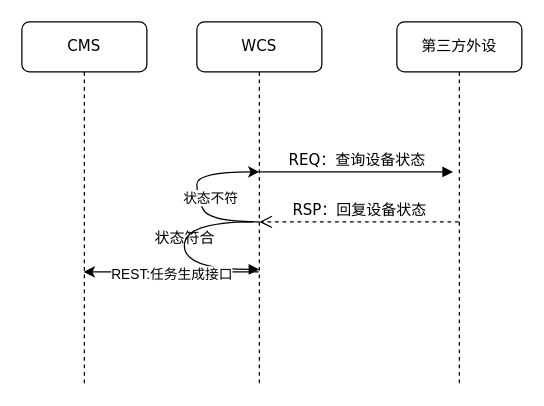
Before: data/未命名绘图.drawio in chenyanxi/hosts, a draw.io diagram. Source tidied: cells renumbered, new cells numbered last; positions are measured from the earlier drawing's top-left corner, leaving out a move shared by most shapes. Both pictures are drawn from the tidied source at 125%, with x=0, y=0 at pixel (21, 21).
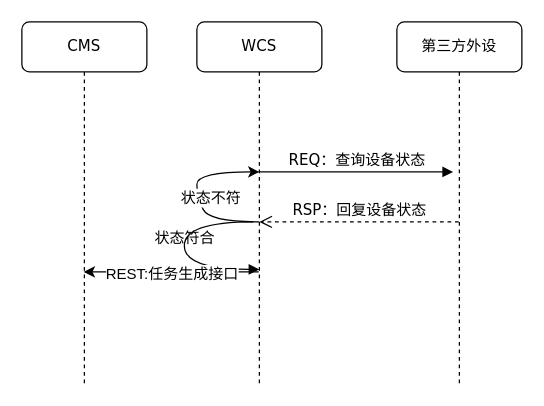
Above is the later version.

Commit message (it also covers changes not shown here):
更新未命名绘图.drawio

The change refers to these unchanged cells:
```xml
<mxCell id="3" style="curved=1;endArrow=classic;html=1;rounded=0;" parent="2" edge="1">
  <mxGeometry relative="1" as="geometry">
    <mxPoint x="50" y="160" as="sourcePoint" />
    <mxPoint x="50" y="120" as="targetPoint" />
    <Array as="points">
      <mxPoint x="10" y="160" />
      <mxPoint y="140" />
      <mxPoint y="120" />
    </Array>
  </mxGeometry>
</mxCell>
<mxCell id="8" style="endArrow=classic;html=1;rounded=0;" parent="7" edge="1">
  <mxGeometry relative="1" as="geometry">
    <mxPoint x="189.5" y="200" as="sourcePoint" />
    <mxPoint x="49.5" y="200" as="targetPoint" />
  </mxGeometry>
</mxCell>
```

Diff of the diagram source:
```diff
@@
-    <mxCell id="4" value="状态不符" style="edgeLabel;html=1;align=center;verticalAlign=middle;" parent="3" vertex="1">
+    <mxCell id="4" value="&lt;font style=&quot;font-size: 12px;&quot;&gt;状态不符&lt;/font&gt;" style="edgeLabel;html=1;align=center;verticalAlign=middle;" parent="3" vertex="1">
       <mxGeometry x="-0.59" y="-5" relative="1" as="geometry">
         <mxPoint x="-13" y="-15" as="offset" />
       </mxGeometry>
     </mxCell>
@@
-    <mxCell id="9" value="REST:任务生成接口" style="edgeLabel;html=1;align=center;verticalAlign=middle;" parent="8" vertex="1">
+    <mxCell id="9" value="&lt;font style=&quot;font-size: 12px;&quot;&gt;REST:任务生成接口&lt;/font&gt;" style="edgeLabel;html=1;align=center;verticalAlign=middle;" parent="8" vertex="1">
       <mxGeometry y="1" relative="1" as="geometry" />
     </mxCell>
```
